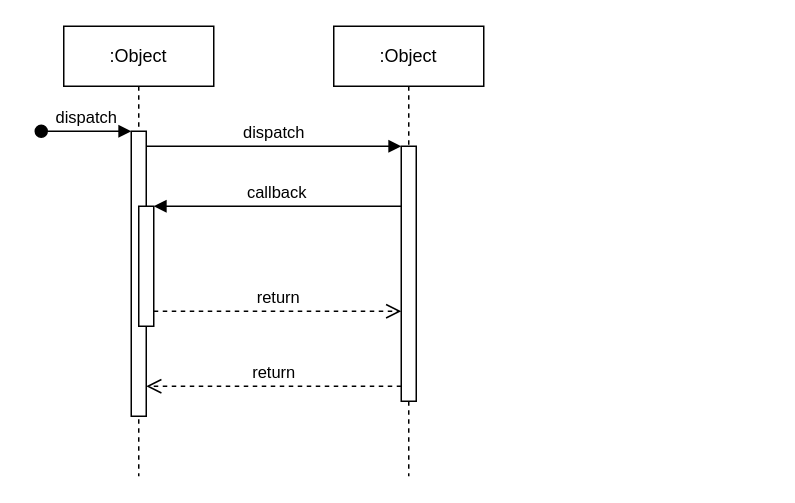
Earlier version of the draw.io diagram Untitled Diagram.drawio (Kitsune-cop/Object-Detection-Yolo-WebRTC). Source tidied: cells renumbered, new cells numbered last; positions are measured from the earlier drawing's top-left corner, leaving out a move shared by most shapes. Both pictures are drawn from the tidied source at 150%, with x=0, y=0 at pixel (40, 26).
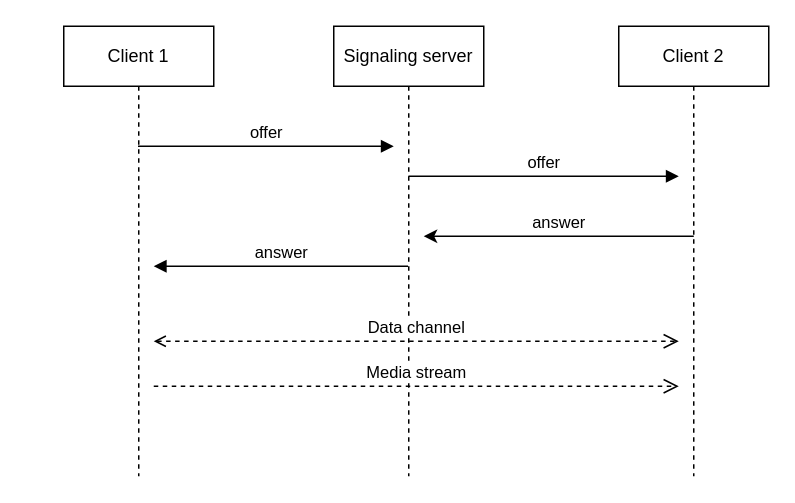
The same diagram, later.

Diff of the diagram source:
```diff
@@
-    <mxCell id="2" value=":Object" style="shape=umlLifeline;perimeter=lifelinePerimeter;whiteSpace=wrap;html=1;outlineConnect=0;portConstraint=eastwest;newEdgeStyle={&quot;edgeStyle&quot;:&quot;elbowEdgeStyle&quot;,&quot;elbow&quot;:&quot;vertical&quot;,&quot;curved&quot;:0,&quot;rounded&quot;:0};" parent="1" vertex="1">
+    <mxCell id="2" value="Client 1" style="shape=umlLifeline;perimeter=lifelinePerimeter;whiteSpace=wrap;html=1;outlineConnect=0;portConstraint=eastwest;newEdgeStyle={&quot;edgeStyle&quot;:&quot;elbowEdgeStyle&quot;,&quot;elbow&quot;:&quot;vertical&quot;,&quot;curved&quot;:0,&quot;rounded&quot;:0};" parent="1" vertex="1">
       <mxGeometry x="15" width="100" height="300" as="geometry" />
     </mxCell>
-    <mxCell id="3" style="html=1;points=[];perimeter=orthogonalPerimeter;outlineConnect=0;targetShapes=umlLifeline;portConstraint=eastwest;newEdgeStyle={&quot;edgeStyle&quot;:&quot;elbowEdgeStyle&quot;,&quot;elbow&quot;:&quot;vertical&quot;,&quot;curved&quot;:0,&quot;rounded&quot;:0};" parent="2" vertex="1">
-      <mxGeometry x="45" y="70" width="10" height="190" as="geometry" />
-    </mxCell>
-    <mxCell id="4" value="dispatch" style="html=1;verticalAlign=bottom;startArrow=oval;endArrow=block;startSize=8;edgeStyle=elbowEdgeStyle;elbow=vertical;curved=0;rounded=0;" parent="2" edge="1" target="3">
-      <mxGeometry relative="1" as="geometry">
-        <mxPoint x="-15" y="70" as="sourcePoint" />
-      </mxGeometry>
-    </mxCell>
-    <mxCell id="5" style="html=1;points=[];perimeter=orthogonalPerimeter;outlineConnect=0;targetShapes=umlLifeline;portConstraint=eastwest;newEdgeStyle={&quot;edgeStyle&quot;:&quot;elbowEdgeStyle&quot;,&quot;elbow&quot;:&quot;vertical&quot;,&quot;curved&quot;:0,&quot;rounded&quot;:0};" parent="2" vertex="1">
-      <mxGeometry x="50" y="120" width="10" height="80" as="geometry" />
-    </mxCell>
-    <mxCell id="6" value=":Object" style="shape=umlLifeline;perimeter=lifelinePerimeter;whiteSpace=wrap;html=1;newEdgeStyle={&quot;edgeStyle&quot;:&quot;elbowEdgeStyle&quot;,&quot;elbow&quot;:&quot;vertical&quot;,&quot;curved&quot;:0,&quot;rounded&quot;:0};" parent="1" vertex="1">
+    <mxCell id="6" value="Signaling server" style="shape=umlLifeline;perimeter=lifelinePerimeter;whiteSpace=wrap;html=1;newEdgeStyle={&quot;edgeStyle&quot;:&quot;elbowEdgeStyle&quot;,&quot;elbow&quot;:&quot;vertical&quot;,&quot;curved&quot;:0,&quot;rounded&quot;:0};" parent="1" vertex="1">
       <mxGeometry x="195" width="100" height="300" as="geometry" />
     </mxCell>
-    <mxCell id="7" style="html=1;points=[];perimeter=orthogonalPerimeter;outlineConnect=0;targetShapes=umlLifeline;portConstraint=eastwest;newEdgeStyle={&quot;edgeStyle&quot;:&quot;elbowEdgeStyle&quot;,&quot;elbow&quot;:&quot;vertical&quot;,&quot;curved&quot;:0,&quot;rounded&quot;:0};" parent="6" vertex="1">
-      <mxGeometry x="45" y="80" width="10" height="170" as="geometry" />
-    </mxCell>
-    <mxCell id="8" value="dispatch" style="html=1;verticalAlign=bottom;endArrow=block;edgeStyle=elbowEdgeStyle;elbow=vertical;curved=0;rounded=0;" parent="1" edge="1" source="3" target="7">
+    <mxCell id="8" value="offer" style="html=1;verticalAlign=bottom;endArrow=block;edgeStyle=elbowEdgeStyle;elbow=vertical;curved=0;rounded=0;" parent="1" edge="1" source="2">
       <mxGeometry relative="1" as="geometry">
+        <mxPoint x="235" y="80" as="targetPoint" />
         <Array as="points">
           <mxPoint x="155" y="80" />
         </Array>
       </mxGeometry>
     </mxCell>
-    <mxCell id="9" value="return" style="html=1;verticalAlign=bottom;endArrow=open;dashed=1;endSize=8;edgeStyle=elbowEdgeStyle;elbow=vertical;curved=0;rounded=0;" parent="1" edge="1" source="7" target="3">
-      <mxGeometry relative="1" as="geometry">
-        <Array as="points">
-          <mxPoint x="165" y="240" />
-        </Array>
-      </mxGeometry>
-    </mxCell>
-    <mxCell id="10" value="callback" style="html=1;verticalAlign=bottom;endArrow=block;edgeStyle=elbowEdgeStyle;elbow=vertical;curved=0;rounded=0;" parent="1" edge="1" source="7" target="5">
+    <mxCell id="10" value="answer" style="html=1;verticalAlign=bottom;endArrow=block;edgeStyle=elbowEdgeStyle;elbow=vertical;curved=0;rounded=0;" parent="1" edge="1">
       <mxGeometry relative="1" as="geometry">
+        <mxPoint x="244.5" y="160" as="sourcePoint" />
+        <mxPoint x="75" y="160" as="targetPoint" />
         <Array as="points">
-          <mxPoint x="165" y="120" />
+          <mxPoint x="165" y="160" />
         </Array>
       </mxGeometry>
     </mxCell>
-    <mxCell id="11" value="return" style="html=1;verticalAlign=bottom;endArrow=open;dashed=1;endSize=8;edgeStyle=elbowEdgeStyle;elbow=vertical;curved=0;rounded=0;" parent="1" edge="1" source="5" target="7">
+    <mxCell id="11" value="Data channel" style="html=1;verticalAlign=bottom;endArrow=open;dashed=1;endSize=8;rounded=0;startArrow=open;startFill=0;elbow=vertical;edgeStyle=elbowEdgeStyle;" parent="1" edge="1">
       <mxGeometry relative="1" as="geometry">
-        <Array as="points">
-          <mxPoint x="155" y="190" />
-        </Array>
+        <mxPoint x="75" y="210" as="sourcePoint" />
+        <mxPoint x="425" y="210" as="targetPoint" />
       </mxGeometry>
     </mxCell>
+    <mxCell id="12" value="Client 2" style="shape=umlLifeline;perimeter=lifelinePerimeter;whiteSpace=wrap;html=1;newEdgeStyle={&quot;edgeStyle&quot;:&quot;elbowEdgeStyle&quot;,&quot;elbow&quot;:&quot;vertical&quot;,&quot;curved&quot;:0,&quot;rounded&quot;:0};" parent="1" vertex="1">
+      <mxGeometry x="385" width="100" height="300" as="geometry" />
+    </mxCell>
+    <mxCell id="13" value="offer" style="html=1;verticalAlign=bottom;endArrow=block;edgeStyle=elbowEdgeStyle;elbow=vertical;curved=0;rounded=0;" parent="1" edge="1">
+      <mxGeometry relative="1" as="geometry">
+        <mxPoint x="244.8" y="100" as="sourcePoint" />
+        <mxPoint x="425" y="100" as="targetPoint" />
+        <Array as="points">
+          <mxPoint x="340" y="100" />
+        </Array>
+      </mxGeometry>
+    </mxCell>
+    <mxCell id="14" value="answer" style="html=1;verticalAlign=bottom;endArrow=classic;edgeStyle=elbowEdgeStyle;elbow=vertical;curved=0;rounded=0;endFill=1;" parent="1" edge="1">
+      <mxGeometry relative="1" as="geometry">
+        <mxPoint x="435" y="140" as="sourcePoint" />
+        <mxPoint x="255" y="140" as="targetPoint" />
+        <Array as="points">
+          <mxPoint x="345" y="140" />
+        </Array>
+      </mxGeometry>
+    </mxCell>
+    <mxCell id="15" value="Media stream" style="html=1;verticalAlign=bottom;endArrow=open;dashed=1;endSize=8;rounded=0;startArrow=none;startFill=0;elbow=vertical;edgeStyle=elbowEdgeStyle;" parent="1" edge="1">
+      <mxGeometry relative="1" as="geometry">
+        <mxPoint x="75" y="240" as="sourcePoint" />
+        <mxPoint x="425" y="240" as="targetPoint" />
+      </mxGeometry>
+    </mxCell>
```
